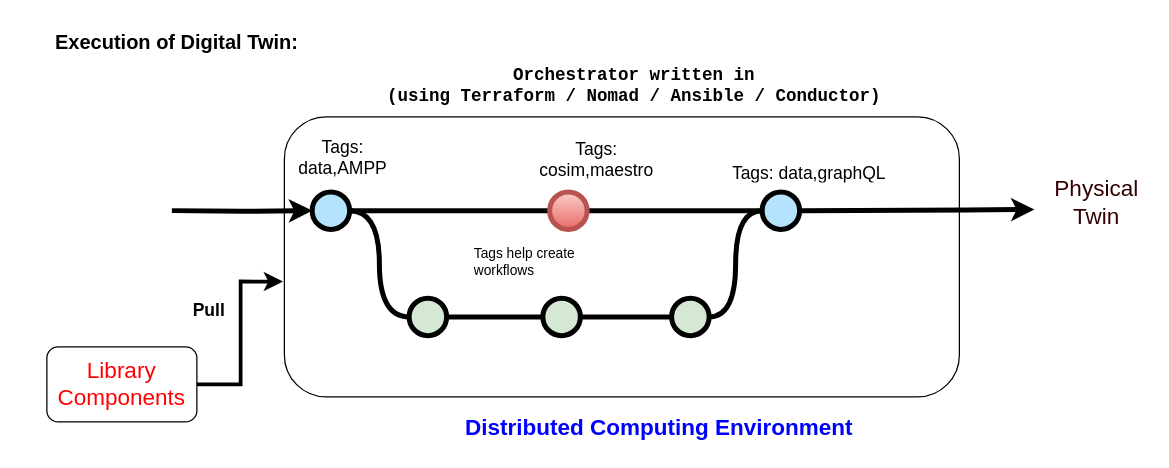
Earlier version of the draw.io diagram page "execution Component" (1 of 5) of docs/DTaaS.drawio (INTO-CPS-Association/DTaaS). Source tidied: cells renumbered, new cells numbered last; positions are measured from the earlier drawing's top-left corner, leaving out a move shared by most shapes. Both pictures are drawn from the tidied source at 125%, with x=0, y=0 at pixel (46, 21).
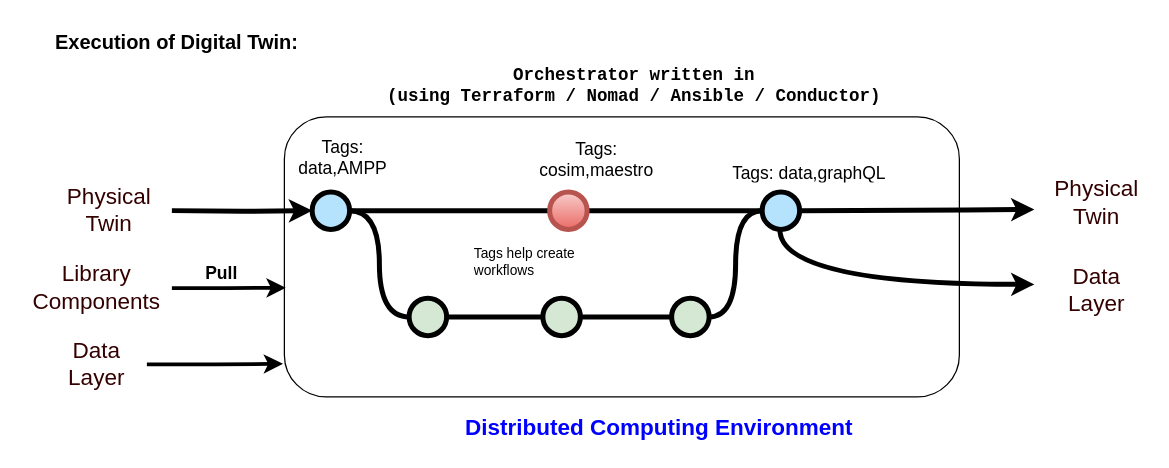
The same diagram, later.

The change refers to these unchanged cells:
```xml
<mxCell id="2" style="rounded=1;whiteSpace=wrap;html=1;" parent="1" vertex="1">
  <mxGeometry x="190" y="76" width="540" height="224" as="geometry" />
</mxCell>
```

What changed in the source:
```diff
@@
-    <mxCell id="24" style="edgeStyle=orthogonalEdgeStyle;rounded=0;jettySize=auto;html=1;entryX=-0.002;entryY=0.588;entryDx=0;entryDy=0;entryPerimeter=0;fontSize=18;fontColor=#FF0000;endArrow=classic;endFill=1;strokeWidth=3;" parent="1" edge="1" source="25" target="2">
+    <mxCell id="24" style="edgeStyle=orthogonalEdgeStyle;rounded=0;jettySize=auto;html=1;entryX=0.002;entryY=0.61;entryDx=0;entryDy=0;entryPerimeter=0;fontSize=18;fontColor=#FF0000;endArrow=classic;endFill=1;strokeWidth=3;" parent="1" edge="1" source="25" target="2">
       <mxGeometry relative="1" as="geometry" />
     </mxCell>
-    <mxCell id="25" value="&lt;font color=&quot;#ff0000&quot;&gt;Library Components&lt;/font&gt;" style="rounded=1;whiteSpace=wrap;html=1;fontSize=18;fontColor=#0000FF;" parent="1" vertex="1">
-      <mxGeometry y="260" width="120" height="60" as="geometry" />
+    <mxCell id="25" value="&lt;font color=&quot;#330000&quot;&gt;Library Components&lt;/font&gt;" style="rounded=1;whiteSpace=wrap;html=1;fontSize=18;fontColor=#0000FF;strokeWidth=0;fillColor=none;strokeColor=none;" parent="1" vertex="1">
+      <mxGeometry x="-20" y="183" width="120" height="60" as="geometry" />
     </mxCell>
     <mxCell id="26" value="&lt;b&gt;&lt;font style=&quot;font-size: 14px&quot;&gt;Pull&lt;/font&gt;&lt;/b&gt;" style="text;html=1;strokeColor=none;fillColor=none;align=center;verticalAlign=middle;whiteSpace=wrap;overflow=hidden;fontSize=14;" parent="1" vertex="1">
-      <mxGeometry x="110" y="211" width="40" height="40" as="geometry" />
+      <mxGeometry x="120" y="181" width="40" height="40" as="geometry" />
     </mxCell>
@@
+    <mxCell id="28" style="edgeStyle=orthogonalEdgeStyle;curved=1;rounded=0;html=1;exitX=1;exitY=0.5;exitPerimeter=0;endArrow=classic;endFill=1;jettySize=auto;orthogonalLoop=1;strokeWidth=4;fontSize=15;" parent="1" edge="1">
+      <mxGeometry relative="1" as="geometry">
+        <mxPoint x="586.4" y="166" as="sourcePoint" />
+        <mxPoint x="790" y="210" as="targetPoint" />
+        <Array as="points">
+          <mxPoint x="586" y="210" />
+        </Array>
+      </mxGeometry>
+    </mxCell>
+    <mxCell id="29" value="&lt;font color=&quot;#330000&quot; style=&quot;font-size: 18px&quot;&gt;Data Layer&lt;/font&gt;" style="text;html=1;strokeColor=none;fillColor=none;align=center;verticalAlign=middle;whiteSpace=wrap;rounded=0;fontSize=14;fontColor=#FF0000;" parent="1" vertex="1">
+      <mxGeometry x="800" y="200" width="80" height="30" as="geometry" />
+    </mxCell>
+    <mxCell id="30" value="&lt;font color=&quot;#330000&quot; style=&quot;font-size: 18px&quot;&gt;Physical Twin&lt;/font&gt;" style="text;html=1;strokeColor=none;fillColor=none;align=center;verticalAlign=middle;whiteSpace=wrap;rounded=0;fontSize=14;fontColor=#FF0000;" parent="1" vertex="1">
+      <mxGeometry x="10" y="136" width="80" height="30" as="geometry" />
+    </mxCell>
+    <mxCell id="31" style="edgeStyle=orthogonalEdgeStyle;rounded=0;jettySize=auto;html=1;endArrow=classic;endFill=1;entryX=-0.002;entryY=0.882;entryDx=0;entryDy=0;entryPerimeter=0;strokeWidth=3;" parent="1" edge="1" source="32" target="2">
+      <mxGeometry relative="1" as="geometry" />
+    </mxCell>
+    <mxCell id="32" value="&lt;font color=&quot;#330000&quot; style=&quot;font-size: 18px&quot;&gt;Data Layer&lt;/font&gt;" style="text;html=1;strokeColor=none;fillColor=none;align=center;verticalAlign=middle;whiteSpace=wrap;rounded=0;fontSize=14;fontColor=#FF0000;" parent="1" vertex="1">
+      <mxGeometry y="259" width="80" height="30" as="geometry" />
+    </mxCell>
```
